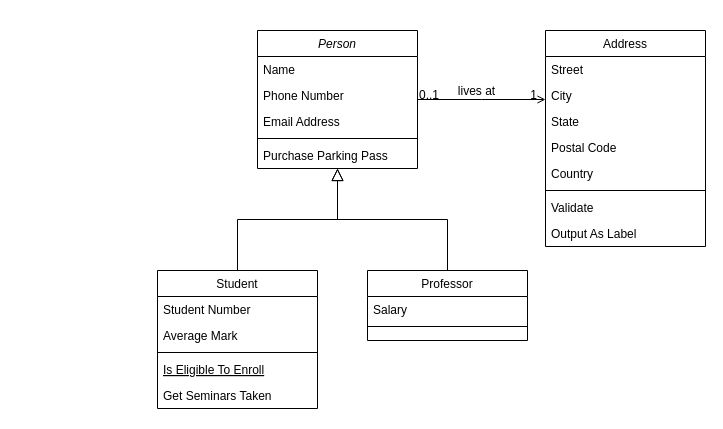
Earlier version of the draw.io diagram Diagrama sin título.drawio (emaarnolfo/FinalAyEdD2023). Source tidied: cells renumbered, new cells numbered last; positions are measured from the earlier drawing's top-left corner, leaving out a move shared by most shapes. Both pictures are drawn from the tidied source at 100%, with x=0, y=0 at pixel (157, 30).
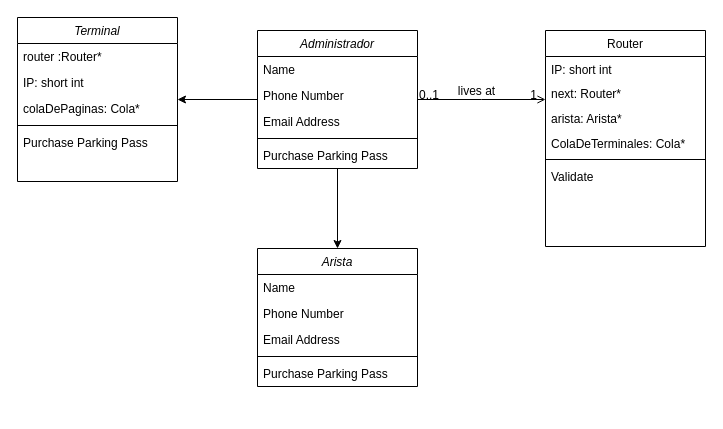
The same diagram, later.

What changed in the source:
```diff
@@
+    <mxCell id="32" style="edgeStyle=orthogonalEdgeStyle;rounded=0;jettySize=auto;html=1;" parent="1" edge="1" source="2" target="36">
+      <mxGeometry relative="1" as="geometry" />
+    </mxCell>
+    <mxCell id="33" style="edgeStyle=orthogonalEdgeStyle;rounded=0;jettySize=auto;html=1;" parent="1" edge="1" source="2" target="42">
+      <mxGeometry relative="1" as="geometry" />
+    </mxCell>
-    <mxCell id="2" value="Person" style="swimlane;fontStyle=2;align=center;verticalAlign=top;horizontal=1;startSize=26;rounded=0;shadow=0;strokeWidth=1;" parent="1" vertex="1">
+    <mxCell id="2" value="Administrador" style="swimlane;fontStyle=2;align=center;verticalAlign=top;horizontal=1;startSize=26;rounded=0;shadow=0;strokeWidth=1;" parent="1" vertex="1">
       <mxGeometry x="100" width="160" height="138" as="geometry" />
     </mxCell>
@@
-    <mxCell id="8" value="Student" style="swimlane;fontStyle=0;align=center;verticalAlign=top;horizontal=1;startSize=26;rounded=0;shadow=0;strokeWidth=1;" parent="1" vertex="1">
-      <mxGeometry y="240" width="160" height="138" as="geometry" />
-    </mxCell>
-    <mxCell id="9" value="Student Number" style="text;align=left;verticalAlign=top;spacingLeft=4;spacingRight=4;overflow=hidden;" parent="8" vertex="1">
-      <mxGeometry y="26" width="160" height="26" as="geometry" />
-    </mxCell>
-    <mxCell id="10" value="Average Mark" style="text;align=left;verticalAlign=top;spacingLeft=4;spacingRight=4;overflow=hidden;rounded=0;shadow=0;html=0;" parent="8" vertex="1">
-      <mxGeometry y="52" width="160" height="26" as="geometry" />
-    </mxCell>
-    <mxCell id="11" style="line;html=1;strokeWidth=1;align=left;verticalAlign=middle;spacingTop=-1;spacingLeft=3;spacingRight=3;labelPosition=right;" parent="8" vertex="1">
-      <mxGeometry y="78" width="160" height="8" as="geometry" />
-    </mxCell>
-    <mxCell id="12" value="Is Eligible To Enroll" style="text;align=left;verticalAlign=top;spacingLeft=4;spacingRight=4;overflow=hidden;fontStyle=4;" parent="8" vertex="1">
-      <mxGeometry y="86" width="160" height="26" as="geometry" />
-    </mxCell>
-    <mxCell id="13" value="Get Seminars Taken" style="text;align=left;verticalAlign=top;spacingLeft=4;spacingRight=4;overflow=hidden;" parent="8" vertex="1">
-      <mxGeometry y="112" width="160" height="26" as="geometry" />
-    </mxCell>
-    <mxCell id="14" style="endArrow=block;endSize=10;endFill=0;shadow=0;strokeWidth=1;rounded=0;edgeStyle=elbowEdgeStyle;elbow=vertical;" parent="1" edge="1" source="8" target="2">
-      <mxGeometry relative="1" as="geometry" />
-    </mxCell>
-    <mxCell id="15" value="Professor" style="swimlane;fontStyle=0;align=center;verticalAlign=top;horizontal=1;startSize=26;rounded=0;shadow=0;strokeWidth=1;" parent="1" vertex="1">
-      <mxGeometry x="210" y="240" width="160" height="70" as="geometry" />
-    </mxCell>
-    <mxCell id="16" value="Salary" style="text;align=left;verticalAlign=top;spacingLeft=4;spacingRight=4;overflow=hidden;" parent="15" vertex="1">
-      <mxGeometry y="26" width="160" height="26" as="geometry" />
-    </mxCell>
-    <mxCell id="17" style="line;html=1;strokeWidth=1;align=left;verticalAlign=middle;spacingTop=-1;spacingLeft=3;spacingRight=3;labelPosition=right;" parent="15" vertex="1">
-      <mxGeometry y="52" width="160" height="8" as="geometry" />
-    </mxCell>
-    <mxCell id="18" style="endArrow=block;endSize=10;endFill=0;shadow=0;strokeWidth=1;rounded=0;edgeStyle=elbowEdgeStyle;elbow=vertical;" parent="1" edge="1" source="15" target="2">
-      <mxGeometry relative="1" as="geometry" />
-    </mxCell>
-    <mxCell id="19" value="Address" style="swimlane;fontStyle=0;align=center;verticalAlign=top;horizontal=1;startSize=26;rounded=0;shadow=0;strokeWidth=1;" parent="1" vertex="1">
+    <mxCell id="19" value="Router" style="swimlane;fontStyle=0;align=center;verticalAlign=top;horizontal=1;startSize=26;rounded=0;shadow=0;strokeWidth=1;" parent="1" vertex="1">
       <mxGeometry x="388" width="160" height="216" as="geometry" />
     </mxCell>
-    <mxCell id="20" value="Street" style="text;align=left;verticalAlign=top;spacingLeft=4;spacingRight=4;overflow=hidden;" parent="19" vertex="1">
-      <mxGeometry y="26" width="160" height="26" as="geometry" />
-    </mxCell>
-    <mxCell id="21" value="City" style="text;align=left;verticalAlign=top;spacingLeft=4;spacingRight=4;overflow=hidden;rounded=0;shadow=0;html=0;" parent="19" vertex="1">
-      <mxGeometry y="52" width="160" height="26" as="geometry" />
-    </mxCell>
-    <mxCell id="22" value="State" style="text;align=left;verticalAlign=top;spacingLeft=4;spacingRight=4;overflow=hidden;rounded=0;shadow=0;html=0;" parent="19" vertex="1">
-      <mxGeometry y="78" width="160" height="26" as="geometry" />
-    </mxCell>
-    <mxCell id="23" value="Postal Code" style="text;align=left;verticalAlign=top;spacingLeft=4;spacingRight=4;overflow=hidden;rounded=0;shadow=0;html=0;" parent="19" vertex="1">
-      <mxGeometry y="104" width="160" height="26" as="geometry" />
+    <mxCell id="23" value="IP: short int" style="text;align=left;verticalAlign=top;spacingLeft=4;spacingRight=4;overflow=hidden;rounded=0;shadow=0;html=0;" parent="19" vertex="1">
+      <mxGeometry y="26" width="160" height="24" as="geometry" />
     </mxCell>
-    <mxCell id="24" value="Country" style="text;align=left;verticalAlign=top;spacingLeft=4;spacingRight=4;overflow=hidden;rounded=0;shadow=0;html=0;" parent="19" vertex="1">
-      <mxGeometry y="130" width="160" height="26" as="geometry" />
-    </mxCell>
+    <mxCell id="27" value="next: Router*" style="text;align=left;verticalAlign=top;spacingLeft=4;spacingRight=4;overflow=hidden;" parent="19" vertex="1">
+      <mxGeometry y="50" width="160" height="25" as="geometry" />
+    </mxCell>
+    <mxCell id="34" value="arista: Arista*" style="text;align=left;verticalAlign=top;spacingLeft=4;spacingRight=4;overflow=hidden;" parent="19" vertex="1">
+      <mxGeometry y="75" width="160" height="25" as="geometry" />
+    </mxCell>
+    <mxCell id="35" value="ColaDeTerminales: Cola*" style="text;align=left;verticalAlign=top;spacingLeft=4;spacingRight=4;overflow=hidden;" parent="19" vertex="1">
+      <mxGeometry y="100" width="160" height="25" as="geometry" />
+    </mxCell>
     <mxCell id="25" style="line;html=1;strokeWidth=1;align=left;verticalAlign=middle;spacingTop=-1;spacingLeft=3;spacingRight=3;labelPosition=right;" parent="19" vertex="1">
-      <mxGeometry y="156" width="160" height="8" as="geometry" />
+      <mxGeometry y="125" width="160" height="8" as="geometry" />
     </mxCell>
     <mxCell id="26" value="Validate" style="text;align=left;verticalAlign=top;spacingLeft=4;spacingRight=4;overflow=hidden;" parent="19" vertex="1">
-      <mxGeometry y="164" width="160" height="26" as="geometry" />
+      <mxGeometry y="133" width="160" height="26" as="geometry" />
     </mxCell>
-    <mxCell id="27" value="Output As Label" style="text;align=left;verticalAlign=top;spacingLeft=4;spacingRight=4;overflow=hidden;" parent="19" vertex="1">
-      <mxGeometry y="190" width="160" height="26" as="geometry" />
-    </mxCell>
@@
+    <mxCell id="36" value="Arista" style="swimlane;fontStyle=2;align=center;verticalAlign=top;horizontal=1;startSize=26;rounded=0;shadow=0;strokeWidth=1;" parent="1" vertex="1">
+      <mxGeometry x="100" y="218" width="160" height="138" as="geometry" />
+    </mxCell>
+    <mxCell id="37" value="Name" style="text;align=left;verticalAlign=top;spacingLeft=4;spacingRight=4;overflow=hidden;" parent="36" vertex="1">
+      <mxGeometry y="26" width="160" height="26" as="geometry" />
+    </mxCell>
+    <mxCell id="38" value="Phone Number" style="text;align=left;verticalAlign=top;spacingLeft=4;spacingRight=4;overflow=hidden;rounded=0;shadow=0;html=0;" parent="36" vertex="1">
+      <mxGeometry y="52" width="160" height="26" as="geometry" />
+    </mxCell>
+    <mxCell id="39" value="Email Address" style="text;align=left;verticalAlign=top;spacingLeft=4;spacingRight=4;overflow=hidden;rounded=0;shadow=0;html=0;" parent="36" vertex="1">
+      <mxGeometry y="78" width="160" height="26" as="geometry" />
+    </mxCell>
+    <mxCell id="40" style="line;html=1;strokeWidth=1;align=left;verticalAlign=middle;spacingTop=-1;spacingLeft=3;spacingRight=3;labelPosition=right;" parent="36" vertex="1">
+      <mxGeometry y="104" width="160" height="8" as="geometry" />
+    </mxCell>
+    <mxCell id="41" value="Purchase Parking Pass" style="text;align=left;verticalAlign=top;spacingLeft=4;spacingRight=4;overflow=hidden;" parent="36" vertex="1">
+      <mxGeometry y="112" width="160" height="26" as="geometry" />
+    </mxCell>
+    <mxCell id="42" value="Terminal" style="swimlane;fontStyle=2;align=center;verticalAlign=top;horizontal=1;startSize=26;rounded=0;shadow=0;strokeWidth=1;" parent="1" vertex="1">
+      <mxGeometry x="-140" y="-13" width="160" height="164" as="geometry" />
+    </mxCell>
+    <mxCell id="43" value="router :Router*" style="text;align=left;verticalAlign=top;spacingLeft=4;spacingRight=4;overflow=hidden;" parent="42" vertex="1">
+      <mxGeometry y="26" width="160" height="26" as="geometry" />
+    </mxCell>
+    <mxCell id="44" value="IP: short int" style="text;align=left;verticalAlign=top;spacingLeft=4;spacingRight=4;overflow=hidden;rounded=0;shadow=0;html=0;" parent="42" vertex="1">
+      <mxGeometry y="52" width="160" height="26" as="geometry" />
+    </mxCell>
+    <mxCell id="45" value="colaDePaginas: Cola*" style="text;align=left;verticalAlign=top;spacingLeft=4;spacingRight=4;overflow=hidden;rounded=0;shadow=0;html=0;" parent="42" vertex="1">
+      <mxGeometry y="78" width="160" height="26" as="geometry" />
+    </mxCell>
+    <mxCell id="46" style="line;html=1;strokeWidth=1;align=left;verticalAlign=middle;spacingTop=-1;spacingLeft=3;spacingRight=3;labelPosition=right;" parent="42" vertex="1">
+      <mxGeometry y="104" width="160" height="8" as="geometry" />
+    </mxCell>
+    <mxCell id="47" value="Purchase Parking Pass" style="text;align=left;verticalAlign=top;spacingLeft=4;spacingRight=4;overflow=hidden;" parent="42" vertex="1">
+      <mxGeometry y="112" width="160" height="26" as="geometry" />
+    </mxCell>
```
